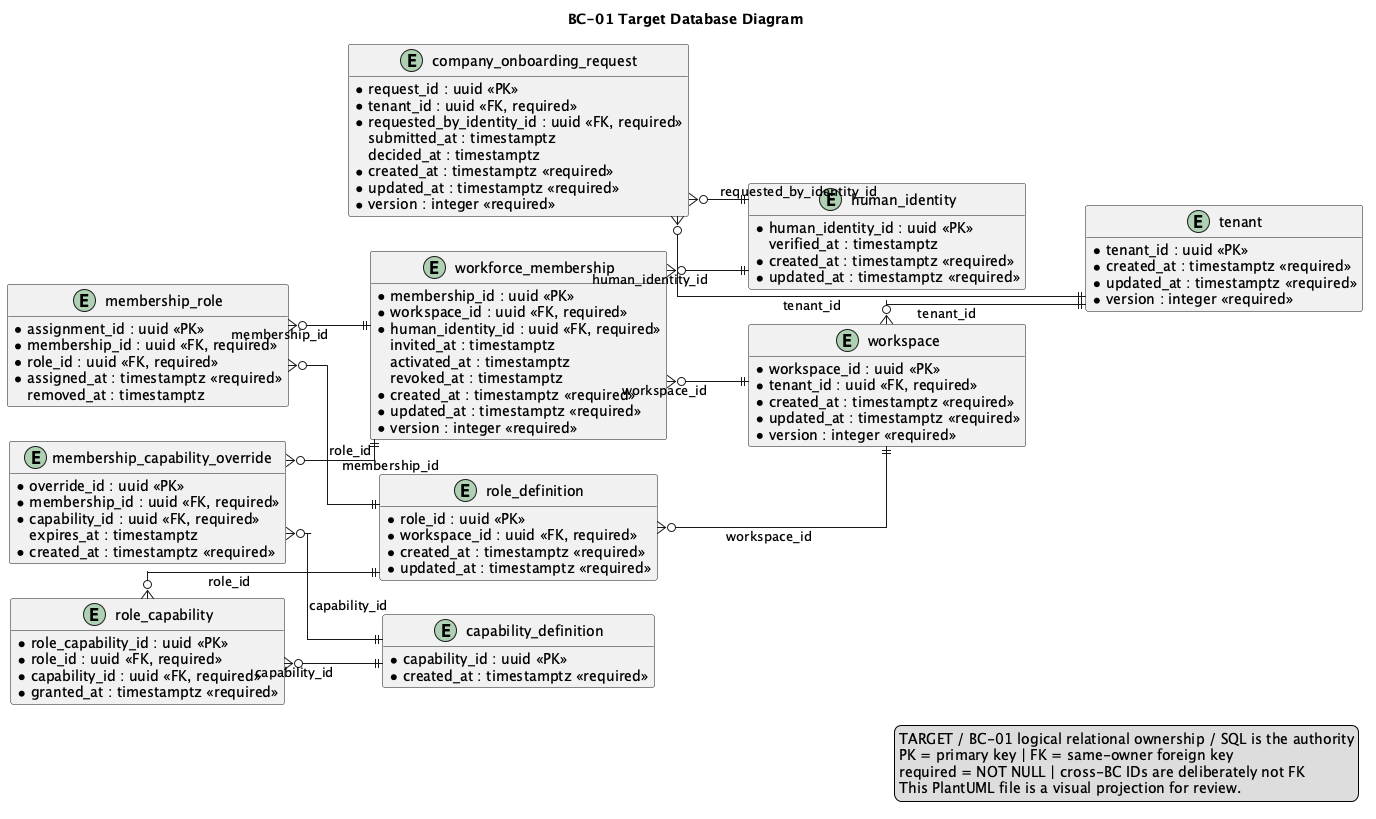
Before: 01-shared/domain/bounded-contexts/BC-01-tenant-access-governance/data/database-diagram.png, a diagram exported from PlantUML (nexa-suite/blueprint). Source of this version:
```plantuml
@startuml
title BC-01 Target Database Diagram
left to right direction
hide methods
skinparam shadowing false
skinparam linetype ortho
skinparam entity {
  BackgroundColor #F8FAFC
  BorderColor #334155
  FontColor #0F172A
}

entity "tenant" as t_tenant {
  * tenant_id : uuid <<PK>>
  * legal_name : varchar(200) <<required>>
  * slug : varchar(100) <<required>>
  * status : varchar(32) <<required>>
  * created_at : timestamptz <<required>>
  * updated_at : timestamptz <<required>>
  * version : integer <<required>>
}

entity "workspace" as t_workspace {
  * workspace_id : uuid <<PK>>
  * tenant_id : uuid <<FK, required>>
  * name : varchar(160) <<required>>
  * status : varchar(32) <<required>>
  * created_at : timestamptz <<required>>
  * updated_at : timestamptz <<required>>
  * version : integer <<required>>
}

entity "human_identity" as t_human_identity {
  * human_identity_id : uuid <<PK>>
  * email : varchar(320) <<required>>
  * normalized_email : varchar(320) <<required>>
    display_name : varchar(200)
  * status : varchar(32) <<required>>
    verified_at : timestamptz
  * created_at : timestamptz <<required>>
  * updated_at : timestamptz <<required>>
}

entity "company_onboarding_request" as t_company_onboarding_request {
  * request_id : uuid <<PK>>
  * tenant_id : uuid <<FK, required>>
  * requested_by_identity_id : uuid <<FK, required>>
  * legal_name : varchar(200) <<required>>
    registration_number : varchar(80)
  * status : varchar(32) <<required>>
    rejection_reason : varchar(500)
    submitted_at : timestamptz
    decided_at : timestamptz
  * created_at : timestamptz <<required>>
  * updated_at : timestamptz <<required>>
  * version : integer <<required>>
}

entity "workforce_membership" as t_workforce_membership {
  * membership_id : uuid <<PK>>
  * workspace_id : uuid <<FK, required>>
  * human_identity_id : uuid <<FK, required>>
  * status : varchar(32) <<required>>
    invited_at : timestamptz
    activated_at : timestamptz
    revoked_at : timestamptz
  * created_at : timestamptz <<required>>
  * updated_at : timestamptz <<required>>
  * version : integer <<required>>
}

entity "role_definition" as t_role_definition {
  * role_id : uuid <<PK>>
  * workspace_id : uuid <<FK, required>>
  * code : varchar(80) <<required>>
  * name : varchar(160) <<required>>
  * status : varchar(32) <<required>>
  * created_at : timestamptz <<required>>
  * updated_at : timestamptz <<required>>
}

entity "capability_definition" as t_capability_definition {
  * capability_id : uuid <<PK>>
  * code : varchar(120) <<required>>
  * name : varchar(200) <<required>>
    description : varchar(500)
  * created_at : timestamptz <<required>>
}

entity "membership_role" as t_membership_role {
  * assignment_id : uuid <<PK>>
  * membership_id : uuid <<FK, required>>
  * role_id : uuid <<FK, required>>
  * assigned_at : timestamptz <<required>>
    removed_at : timestamptz
}

entity "role_capability" as t_role_capability {
  * role_capability_id : uuid <<PK>>
  * role_id : uuid <<FK, required>>
  * capability_id : uuid <<FK, required>>
  * granted_at : timestamptz <<required>>
}

entity "membership_capability_override" as t_membership_capability_override {
  * override_id : uuid <<PK>>
  * membership_id : uuid <<FK, required>>
  * capability_id : uuid <<FK, required>>
  * effect : varchar(16) <<required>>
  * reason : varchar(500) <<required>>
    expires_at : timestamptz
  * created_at : timestamptz <<required>>
}

t_workspace }o--|| t_tenant : tenant_id
t_company_onboarding_request }o--|| t_tenant : tenant_id
t_company_onboarding_request }o--|| t_human_identity : requested_by_identity_id
t_workforce_membership }o--|| t_workspace : workspace_id
t_workforce_membership }o--|| t_human_identity : human_identity_id
t_role_definition }o--|| t_workspace : workspace_id
t_membership_role }o--|| t_workforce_membership : membership_id
t_membership_role }o--|| t_role_definition : role_id
t_role_capability }o--|| t_role_definition : role_id
t_role_capability }o--|| t_capability_definition : capability_id
t_membership_capability_override }o--|| t_workforce_membership : membership_id
t_membership_capability_override }o--|| t_capability_definition : capability_id

legend right
TARGET / BC-01 logical relational ownership / SQL is the authority
PK = primary key | FK = same-owner foreign key
required = NOT NULL | cross-BC IDs are deliberately not FK
This PlantUML file is a visual projection for review.
endlegend
@enduml
```
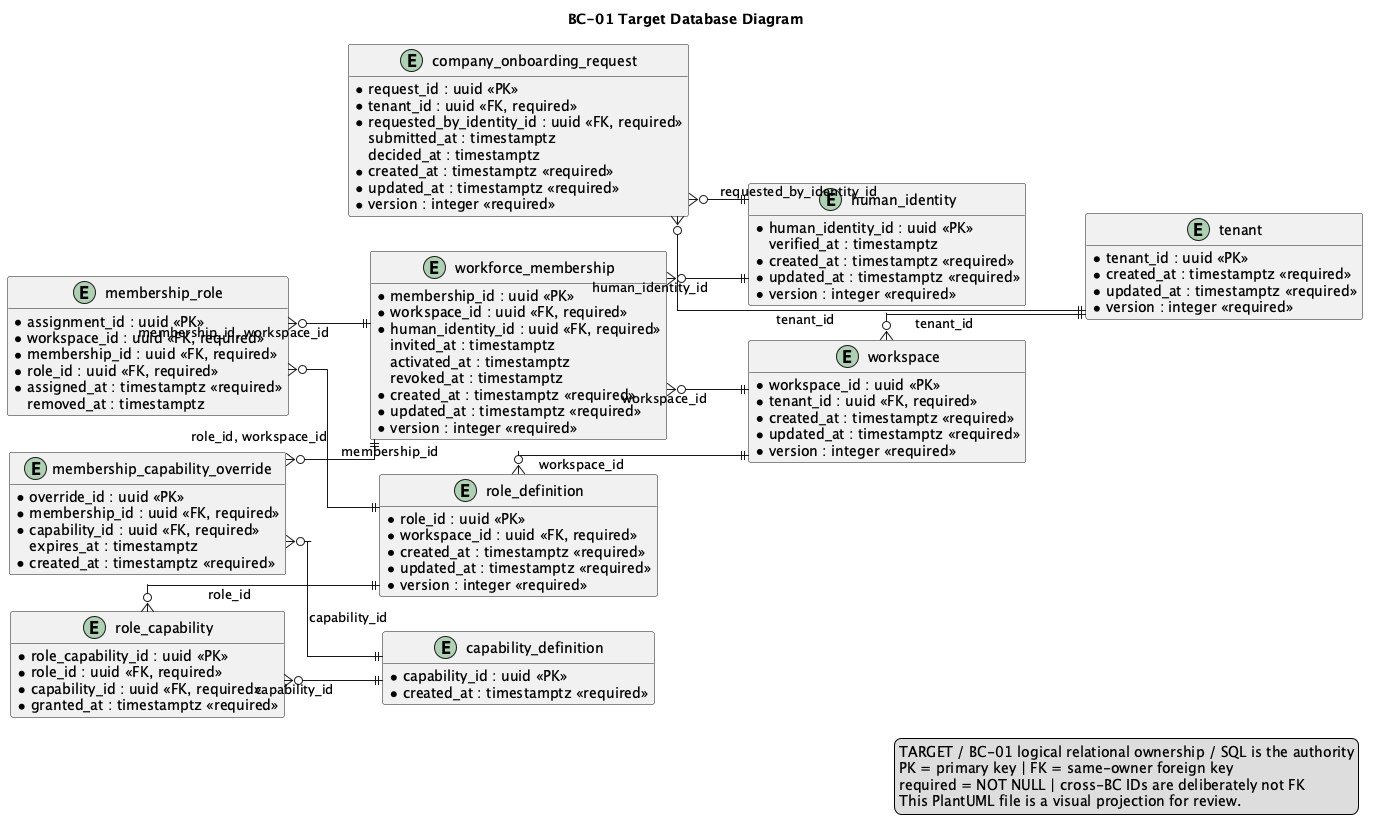
The same diagram one commit later.

Change to the diagram source:
```diff
@@ -39,6 +39,7 @@
     verified_at : timestamptz
   * created_at : timestamptz <<required>>
   * updated_at : timestamptz <<required>>
+  * version : integer <<required>>
 }
 
 entity "company_onboarding_request" as t_company_onboarding_request {
@@ -77,6 +78,7 @@
   * status : varchar(32) <<required>>
   * created_at : timestamptz <<required>>
   * updated_at : timestamptz <<required>>
+  * version : integer <<required>>
 }
 
 entity "capability_definition" as t_capability_definition {
@@ -89,6 +91,7 @@
 
 entity "membership_role" as t_membership_role {
   * assignment_id : uuid <<PK>>
+  * workspace_id : uuid <<FK, required>>
   * membership_id : uuid <<FK, required>>
   * role_id : uuid <<FK, required>>
   * assigned_at : timestamptz <<required>>
@@ -118,8 +121,8 @@
 t_workforce_membership }o--|| t_workspace : workspace_id
 t_workforce_membership }o--|| t_human_identity : human_identity_id
 t_role_definition }o--|| t_workspace : workspace_id
-t_membership_role }o--|| t_workforce_membership : membership_id
-t_membership_role }o--|| t_role_definition : role_id
+t_membership_role }o--|| t_workforce_membership : membership_id, workspace_id
+t_membership_role }o--|| t_role_definition : role_id, workspace_id
 t_role_capability }o--|| t_role_definition : role_id
 t_role_capability }o--|| t_capability_definition : capability_id
 t_membership_capability_override }o--|| t_workforce_membership : membership_id
```
